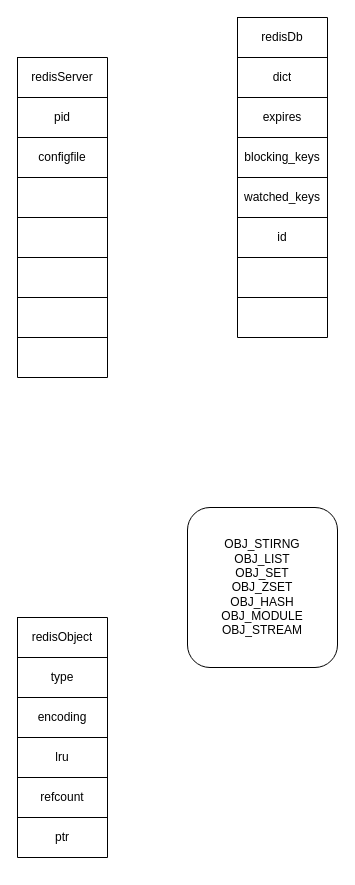
The draw.io diagram redis/redis整体架构.drawio in erlieStar/diagrams, before the edit. Source tidied: cells renumbered, new cells numbered last; positions are measured from the earlier drawing's top-left corner, leaving out a move shared by most shapes. Both pictures are drawn from the tidied source at 100%, with x=0, y=0 at pixel (17, 17).
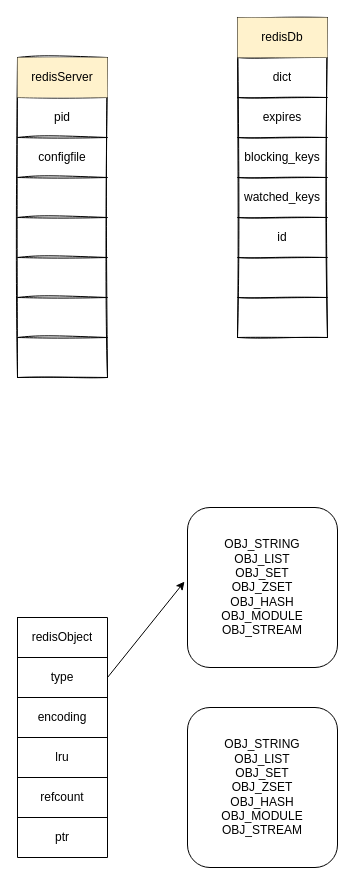
The same diagram, later.

Unchanged cells that the change refers to:
```xml
<mxCell id="3" style="shape=partialRectangle;html=1;whiteSpace=wrap;fillColor=none;top=0;left=0;bottom=0;right=0;" parent="2" vertex="1">
  <mxGeometry width="90" height="40" as="geometry" />
</mxCell>
<mxCell id="20" style="shape=partialRectangle;html=1;whiteSpace=wrap;fillColor=none;top=0;left=0;bottom=0;right=0;" parent="19" vertex="1">
  <mxGeometry width="90" height="40" as="geometry" />
</mxCell>
<mxCell id="39" style="shape=partialRectangle;html=1;whiteSpace=wrap;fillColor=none;top=0;left=0;bottom=0;right=0;points=[[0,0.5],[1,0.5]];portConstraint=eastwest;" parent="36" vertex="1">
  <mxGeometry y="40" width="90" height="40" as="geometry" />
</mxCell>
```

Change to the diagram source:
```diff
@@
-    <mxCell id="2" style="shape=table;html=1;whiteSpace=wrap;startSize=0;childLayout=tableLayout;" parent="1" vertex="1">
+    <mxCell id="2" style="shape=table;html=1;whiteSpace=wrap;startSize=0;childLayout=tableLayout;sketch=1;" parent="1" vertex="1">
       <mxGeometry y="40" width="90" height="320" as="geometry" />
     </mxCell>
@@
-    <mxCell id="4" value="redisServer" style="shape=partialRectangle;html=1;whiteSpace=wrap;fillColor=none;top=0;left=0;bottom=0;right=0;overflow=hidden;" parent="3" vertex="1">
+    <mxCell id="4" value="redisServer" style="shape=partialRectangle;html=1;whiteSpace=wrap;fillColor=#fff2cc;top=0;left=0;bottom=0;right=0;overflow=hidden;strokeColor=#d6b656;" parent="3" vertex="1">
       <mxGeometry width="90" height="40" as="geometry" />
     </mxCell>
@@
-    <mxCell id="19" style="shape=table;html=1;whiteSpace=wrap;startSize=0;childLayout=tableLayout;" parent="1" vertex="1">
+    <mxCell id="19" style="shape=table;html=1;whiteSpace=wrap;startSize=0;childLayout=tableLayout;sketch=1;" parent="1" vertex="1">
       <mxGeometry x="220" width="90" height="320" as="geometry" />
     </mxCell>
@@
-    <mxCell id="21" value="redisDb" style="shape=partialRectangle;html=1;whiteSpace=wrap;fillColor=none;top=0;left=0;bottom=0;right=0;overflow=hidden;" parent="20" vertex="1">
+    <mxCell id="21" value="redisDb" style="shape=partialRectangle;html=1;whiteSpace=wrap;fillColor=#fff2cc;top=0;left=0;bottom=0;right=0;overflow=hidden;strokeColor=#d6b656;" parent="20" vertex="1">
       <mxGeometry width="90" height="40" as="geometry" />
     </mxCell>
@@
-    <mxCell id="49" value="OBJ_STIRNG&lt;br&gt;OBJ_LIST&lt;br&gt;OBJ_SET&lt;br&gt;OBJ_ZSET&lt;br&gt;OBJ_HASH&lt;br&gt;OBJ_MODULE&lt;br&gt;OBJ_STREAM" style="rounded=1;whiteSpace=wrap;html=1;" parent="1" vertex="1">
+    <mxCell id="49" value="&lt;div&gt;OBJ_STRING&lt;/div&gt;&lt;div&gt;OBJ_LIST&lt;/div&gt;&lt;div&gt;OBJ_SET&lt;/div&gt;&lt;div&gt;OBJ_ZSET&lt;/div&gt;&lt;div&gt;OBJ_HASH&lt;/div&gt;&lt;div&gt;OBJ_MODULE&lt;/div&gt;&lt;div&gt;OBJ_STREAM&lt;/div&gt;" style="rounded=1;whiteSpace=wrap;html=1;" parent="1" vertex="1">
       <mxGeometry x="170" y="490" width="150" height="160" as="geometry" />
     </mxCell>
+    <mxCell id="50" style="rounded=0;jettySize=auto;html=1;exitX=1;exitY=0.5;exitDx=0;exitDy=0;entryX=-0.02;entryY=0.463;entryDx=0;entryDy=0;entryPerimeter=0;" parent="1" edge="1" source="39" target="49">
+      <mxGeometry relative="1" as="geometry" />
+    </mxCell>
+    <mxCell id="51" value="&lt;div&gt;OBJ_STRING&lt;/div&gt;&lt;div&gt;OBJ_LIST&lt;/div&gt;&lt;div&gt;OBJ_SET&lt;/div&gt;&lt;div&gt;OBJ_ZSET&lt;/div&gt;&lt;div&gt;OBJ_HASH&lt;/div&gt;&lt;div&gt;OBJ_MODULE&lt;/div&gt;&lt;div&gt;OBJ_STREAM&lt;/div&gt;" style="rounded=1;whiteSpace=wrap;html=1;" parent="1" vertex="1">
+      <mxGeometry x="170" y="690" width="150" height="160" as="geometry" />
+    </mxCell>
```
